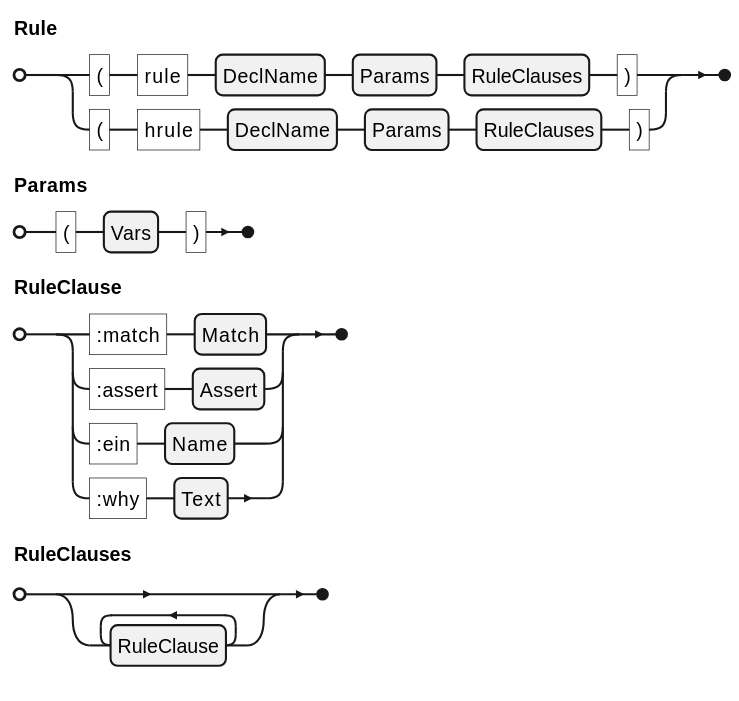
Before: docs/ein/user/04-reference/diagrams/01-grammar-phrase-rule.svg, a diagram exported from PlantUML (agutikov/ein). Its source is kept beside it as docs/ein/user/04-reference/diagrams/01-grammar-phrase-rule.puml.
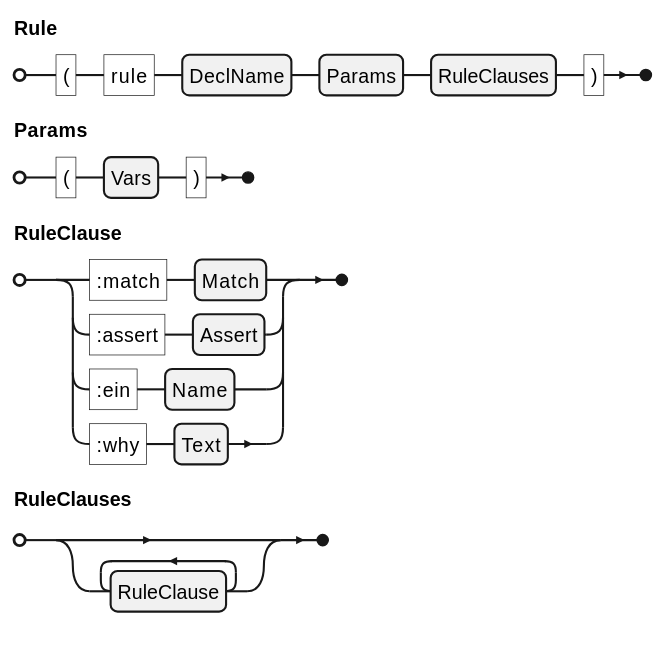
The same file after the commit.

Change to the diagram source:
```diff
@@ -1,7 +1,5 @@
 @startebnf
-Rule =
-    "(" , "rule" , DeclName , Params , RuleClauses , ")"
-  | "(" , "hrule" , DeclName , Params , RuleClauses , ")" ;
+Rule = "(" , "rule" , DeclName , Params , RuleClauses , ")" ;
 Params = "(" , Vars , ")" ;
 RuleClause = ":match" , Match | ":assert" , Assert | ":ein" , Name | ":why" , Text ;
 RuleClauses = { RuleClause } ;
```
